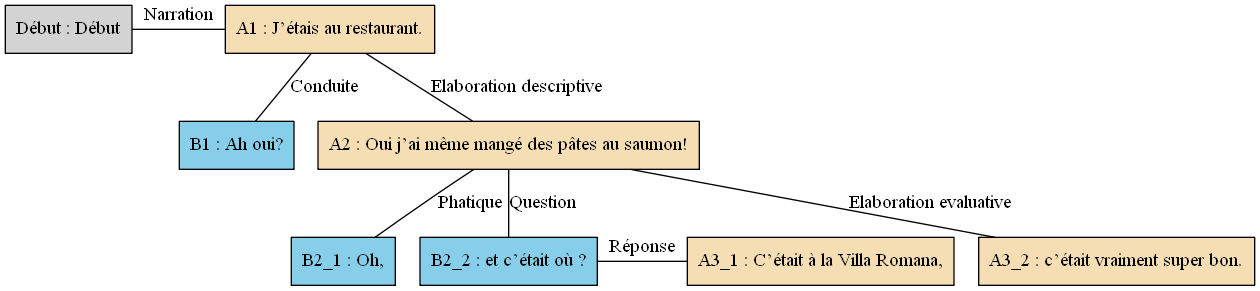
The Graphviz diagram arbres/Bac_a_sable/Bac_a_sable_-_A02.gv.png in AlaixComet/AnnotationSlamPTut, before a commit. Its source is kept beside it as arbres/Bac_a_sable/Bac_a_sable_-_A02.gv. Its diagram source:
```dot
digraph A02 {
	node [shape=box style=filled]
	"Début" [label="Début : Début"]
	A1 [label="A1 : J’étais au restaurant." fillcolor=wheat]
	B1 [label="B1 : Ah oui?" fillcolor=skyblue]
	A2 [label="A2 : Oui j’ai même mangé des pâtes au saumon!" fillcolor=wheat]
	B2_1 [label="B2_1 : Oh," fillcolor=skyblue]
	B2_2 [label="B2_2 : et c’était où ?" fillcolor=skyblue]
	A3_1 [label="A3_1 : C’était à la Villa Romana," fillcolor=wheat]
	A3_2 [label="A3_2 : c’était vraiment super bon." fillcolor=wheat]
	{
		rank=same
		"Début"
		A1
		"Début" -> A1 [label=Narration dir=none]
	}
	A1 -> B1 [label=Conduite dir=none]
	A1 -> A2 [label="Elaboration descriptive" dir=none]
	A2 -> B2_1 [label=Phatique dir=none]
	A2 -> B2_2 [label=Question dir=none]
	{
		rank=same
		B2_2
		A3_1
		B2_2 -> A3_1 [label="Réponse" dir=none]
	}
	A2 -> A3_2 [label="Elaboration evaluative" dir=none]
}
```
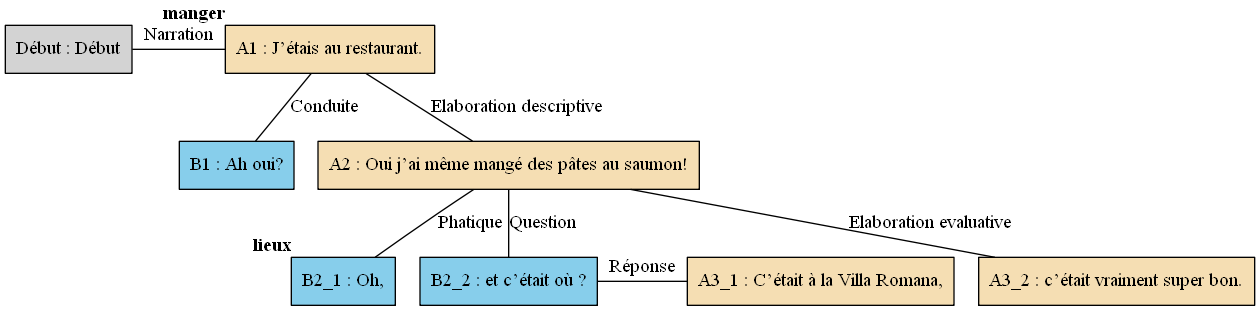
The same file after the commit.

What changed in the source:
```diff
@@ -1,13 +1,13 @@
 digraph A02 {
 	node [shape=box style=filled]
-	"Début" [label="Début : Début"]
-	A1 [label="A1 : J’étais au restaurant." fillcolor=wheat]
-	B1 [label="B1 : Ah oui?" fillcolor=skyblue]
-	A2 [label="A2 : Oui j’ai même mangé des pâtes au saumon!" fillcolor=wheat]
-	B2_1 [label="B2_1 : Oh," fillcolor=skyblue]
-	B2_2 [label="B2_2 : et c’était où ?" fillcolor=skyblue]
-	A3_1 [label="A3_1 : C’était à la Villa Romana," fillcolor=wheat]
-	A3_2 [label="A3_2 : c’était vraiment super bon." fillcolor=wheat]
+	"Début" [label="Début : Début" xlabel=""]
+	A1 [label="A1 : J’étais au restaurant." fillcolor=wheat xlabel=<<B>manger</B>>]
+	B1 [label="B1 : Ah oui?" fillcolor=skyblue xlabel=""]
+	A2 [label="A2 : Oui j’ai même mangé des pâtes au saumon!" fillcolor=wheat xlabel=""]
+	B2_1 [label="B2_1 : Oh," fillcolor=skyblue xlabel=<<B>lieux</B>>]
+	B2_2 [label="B2_2 : et c’était où ?" fillcolor=skyblue xlabel=""]
+	A3_1 [label="A3_1 : C’était à la Villa Romana," fillcolor=wheat xlabel=""]
+	A3_2 [label="A3_2 : c’était vraiment super bon." fillcolor=wheat xlabel=""]
 	{
 		rank=same
 		"Début"
```
